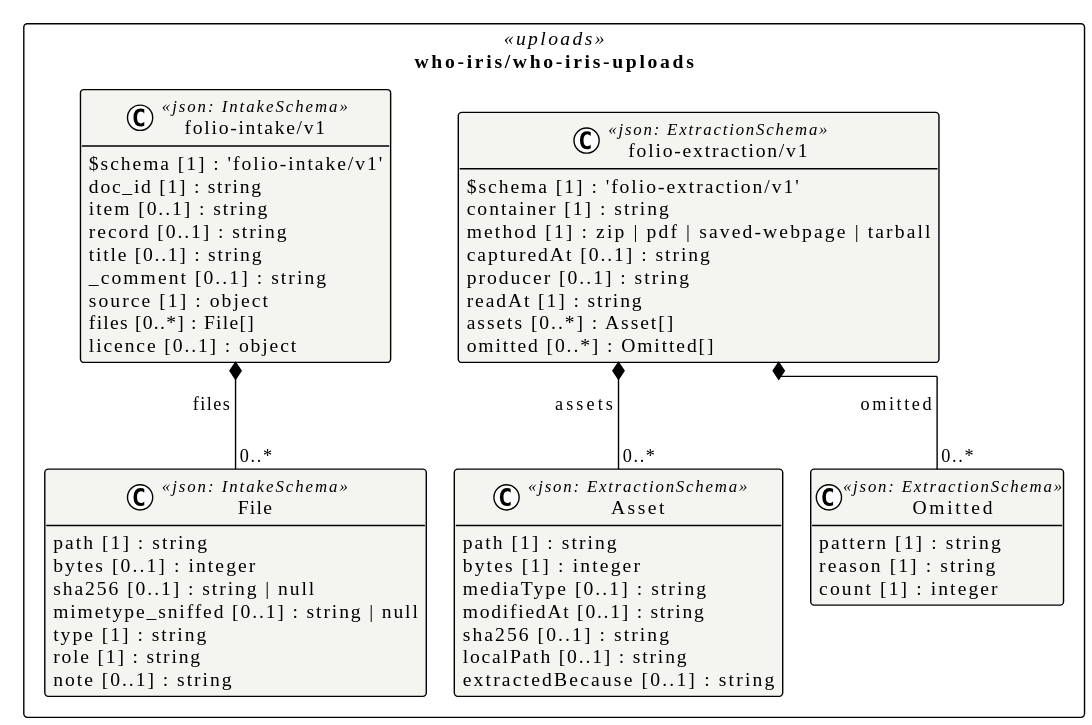
Before: assets/img/uml/overview/who-iris/who-iris-uploads.svg, a diagram exported from PlantUML (litlfred/smart-trust). Source of this version:
```plantuml
@startuml
!pragma layout elk
!theme plain
skinparam classAttributeIconSize 0
skinparam shadowing false
skinparam packageStyle rectangle
hide empty methods

package "who-iris/who-iris-uploads" as pkg_who_iris_who_iris_uploads <<uploads>> {
  class "Asset" as who_iris_who_iris_uploads_folio_extraction_v1_Asset <<json: ExtractionSchema>> #f4f4f1 {
    path [1] : string
    bytes [1] : integer
    mediaType [0..1] : string
    modifiedAt [0..1] : string
    sha256 [0..1] : string
    localPath [0..1] : string
    extractedBecause [0..1] : string
  }
  class "Omitted" as who_iris_who_iris_uploads_folio_extraction_v1_Omitted <<json: ExtractionSchema>> #f4f4f1 {
    pattern [1] : string
    reason [1] : string
    count [1] : integer
  }
  class "folio-extraction/v1" as who_iris_who_iris_uploads_folio_extraction_v1_folio_extraction_v1 <<json: ExtractionSchema>> #f4f4f1 {
    $schema [1] : 'folio-extraction/v1'
    container [1] : string
    method [1] : zip | pdf | saved-webpage | tarball
    capturedAt [0..1] : string
    producer [0..1] : string
    readAt [1] : string
    assets [0..*] : Asset[]
    omitted [0..*] : Omitted[]
  }
  class "File" as who_iris_who_iris_uploads_folio_intake_v1_File <<json: IntakeSchema>> #f4f4f1 {
    path [1] : string
    bytes [0..1] : integer
    sha256 [0..1] : string | null
    mimetype_sniffed [0..1] : string | null
    type [1] : string
    role [1] : string
    note [0..1] : string
  }
  class "folio-intake/v1" as who_iris_who_iris_uploads_folio_intake_v1_folio_intake_v1 <<json: IntakeSchema>> #f4f4f1 {
    $schema [1] : 'folio-intake/v1'
    doc_id [1] : string
    item [0..1] : string
    record [0..1] : string
    title [0..1] : string
    _comment [0..1] : string
    source [1] : object
    files [0..*] : File[]
    licence [0..1] : object
  }
}

who_iris_who_iris_uploads_folio_extraction_v1_folio_extraction_v1 *-- "0..*" who_iris_who_iris_uploads_folio_extraction_v1_Asset : assets
who_iris_who_iris_uploads_folio_extraction_v1_folio_extraction_v1 *-- "0..*" who_iris_who_iris_uploads_folio_extraction_v1_Omitted : omitted
who_iris_who_iris_uploads_folio_intake_v1_folio_intake_v1 *-- "0..*" who_iris_who_iris_uploads_folio_intake_v1_File : files
@enduml
```
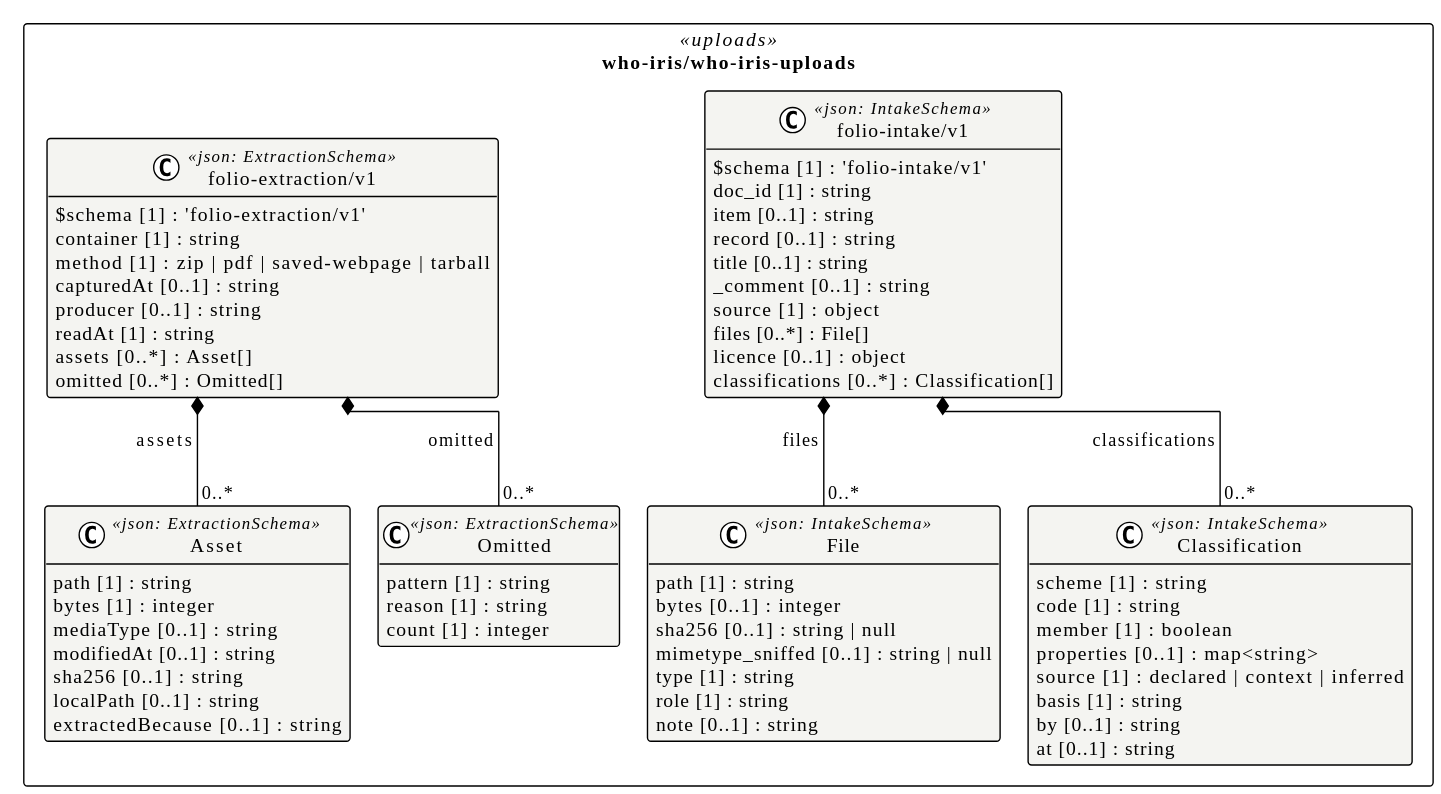
After the commit.

Change to the diagram source:
```diff
@@ -40,6 +40,16 @@
     role [1] : string
     note [0..1] : string
   }
+  class "Classification" as who_iris_who_iris_uploads_folio_intake_v1_Classification <<json: IntakeSchema>> #f4f4f1 {
+    scheme [1] : string
+    code [1] : string
+    member [1] : boolean
+    properties [0..1] : map<string>
+    source [1] : declared | context | inferred
+    basis [1] : string
+    by [0..1] : string
+    at [0..1] : string
+  }
   class "folio-intake/v1" as who_iris_who_iris_uploads_folio_intake_v1_folio_intake_v1 <<json: IntakeSchema>> #f4f4f1 {
     $schema [1] : 'folio-intake/v1'
     doc_id [1] : string
@@ -50,10 +60,12 @@
     source [1] : object
     files [0..*] : File[]
     licence [0..1] : object
+    classifications [0..*] : Classification[]
   }
 }
 
 who_iris_who_iris_uploads_folio_extraction_v1_folio_extraction_v1 *-- "0..*" who_iris_who_iris_uploads_folio_extraction_v1_Asset : assets
 who_iris_who_iris_uploads_folio_extraction_v1_folio_extraction_v1 *-- "0..*" who_iris_who_iris_uploads_folio_extraction_v1_Omitted : omitted
 who_iris_who_iris_uploads_folio_intake_v1_folio_intake_v1 *-- "0..*" who_iris_who_iris_uploads_folio_intake_v1_File : files
+who_iris_who_iris_uploads_folio_intake_v1_folio_intake_v1 *-- "0..*" who_iris_who_iris_uploads_folio_intake_v1_Classification : classifications
 @enduml
```
